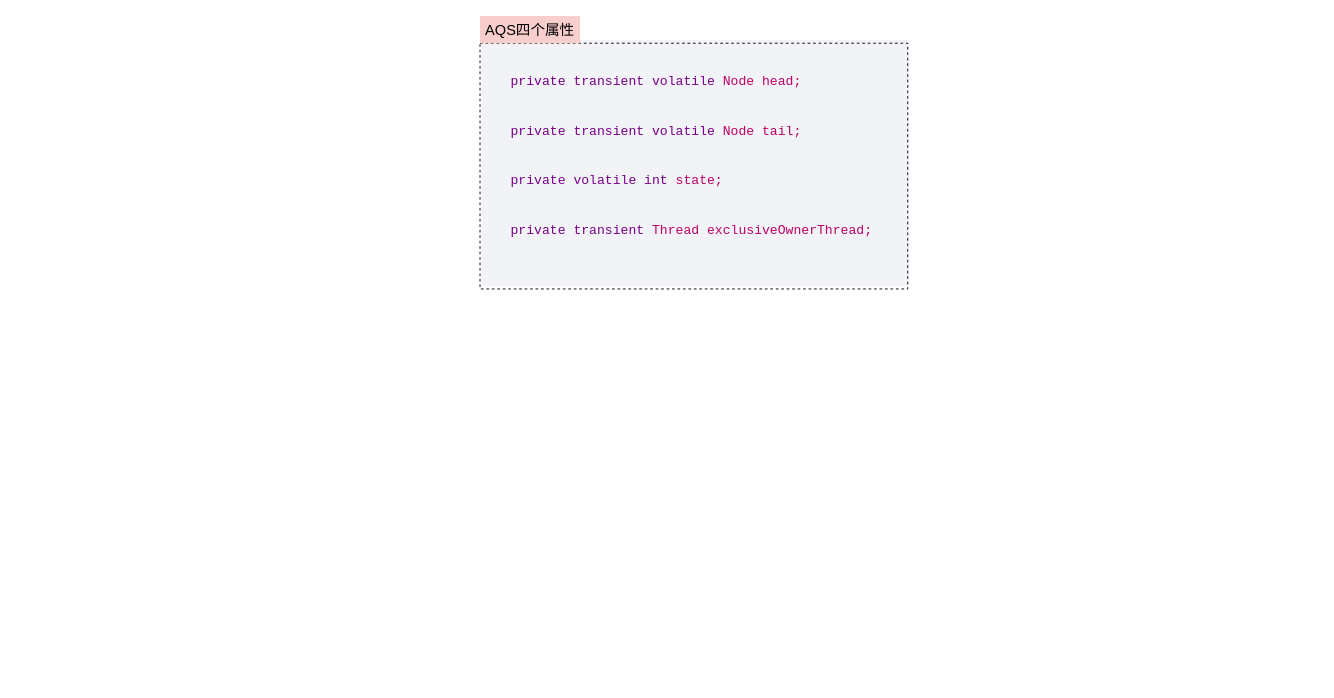
Earlier version of the draw.io diagram 流程画图/AQS.drawio (yuannp/workspace). Source tidied: cells renumbered, new cells numbered last; positions are measured from the earlier drawing's top-left corner, leaving out a move shared by most shapes. Both pictures are drawn from the tidied source at 91%, with x=0, y=0 at pixel (480, 15).
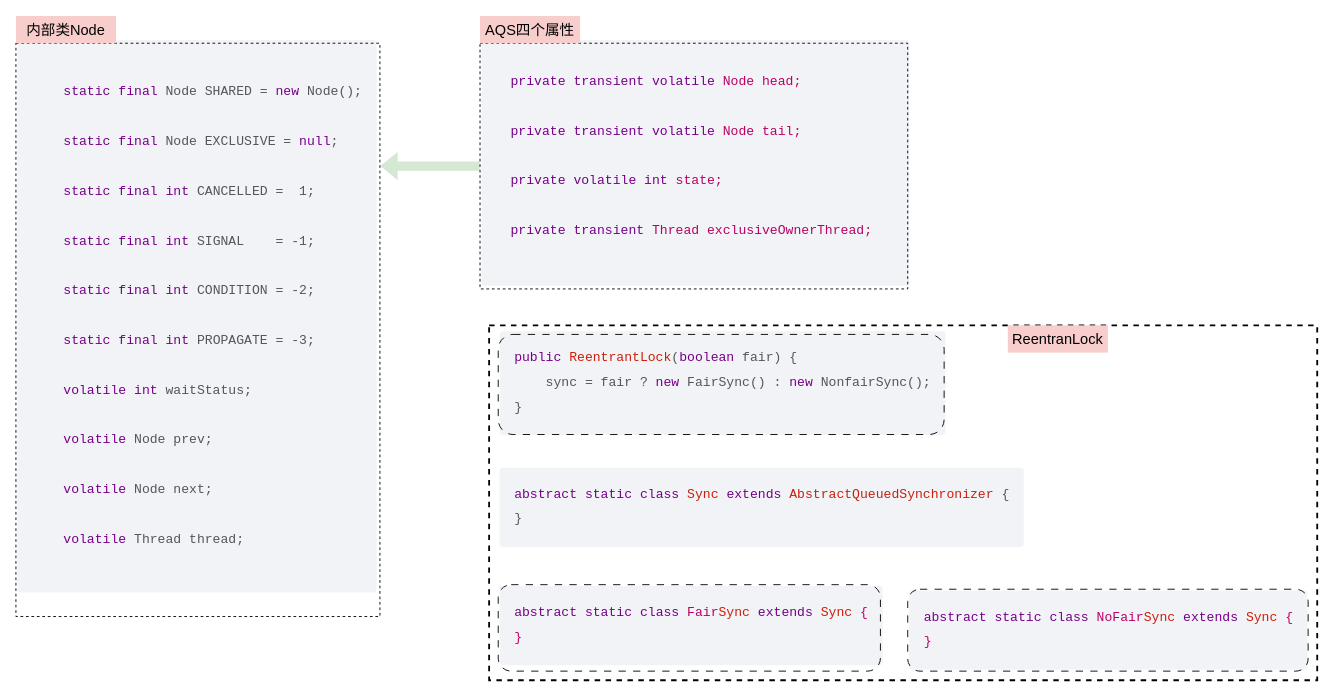
Above is the later version.

Change to the diagram source:
```diff
@@
 <mxGraphModel>
   <root>
     <mxCell id="0" />
     <mxCell id="1" parent="0" />
     <mxCell id="2" value="&lt;pre style=&quot;box-sizing: border-box; font-size: 0.9rem; font-family: SFMono-Regular, Consolas, &amp;quot;Liberation Mono&amp;quot;, Menlo, Courier, monospace; margin-top: 0px; margin-bottom: 1em; overflow: auto; border: none; border-radius: 4px; padding: 1rem; line-height: 1.9; background-color: rgb(241, 243, 247); font-style: normal; font-variant-ligatures: normal; font-variant-caps: normal; font-weight: 400; letter-spacing: normal; orphans: 2; text-align: start; text-indent: 0px; text-transform: none; widows: 2; word-spacing: 0px; -webkit-text-stroke-width: 0px; text-decoration-thickness: initial; text-decoration-style: initial; text-decoration-color: initial;&quot;&gt;&lt;pre style=&quot;box-sizing: border-box; font-size: 0.9rem; font-family: SFMono-Regular, Consolas, &amp;quot;Liberation Mono&amp;quot;, Menlo, Courier, monospace; margin-top: 0px; margin-bottom: 1em; overflow: auto; border: none; border-radius: 4px; padding: 1rem; line-height: 1.9;&quot;&gt;&lt;code style=&quot;box-sizing: border-box; font-size: 1em; font-family: Courier, Monaco, Consolas, &amp;quot;Liberation Mono&amp;quot;, monospace; overflow-x: auto; overflow-wrap: normal; border: none; border-radius: 3px;&quot; class=&quot;lang-java hljs&quot;&gt;&lt;span style=&quot;color: rgb(119, 0, 136); box-sizing: border-box;&quot; class=&quot;hljs-keyword&quot;&gt;private&lt;/span&gt;&lt;font color=&quot;rgba(0, 0, 0, 0.65)&quot;&gt; &lt;/font&gt;&lt;span style=&quot;color: rgb(119, 0, 136); box-sizing: border-box;&quot; class=&quot;hljs-keyword&quot;&gt;transient&lt;/span&gt;&lt;font color=&quot;rgba(0, 0, 0, 0.65)&quot;&gt; &lt;/font&gt;&lt;span style=&quot;color: rgb(119, 0, 136); box-sizing: border-box;&quot; class=&quot;hljs-keyword&quot;&gt;volatile&lt;/span&gt;&lt;font color=&quot;rgba(0, 0, 0, 0.65)&quot;&gt; Node head;&lt;br&gt;&lt;br&gt;&lt;/font&gt;&lt;span style=&quot;color: rgb(119, 0, 136); box-sizing: border-box;&quot; class=&quot;hljs-keyword&quot;&gt;private&lt;/span&gt;&lt;font color=&quot;rgba(0, 0, 0, 0.65)&quot;&gt; &lt;/font&gt;&lt;span style=&quot;color: rgb(119, 0, 136); box-sizing: border-box;&quot; class=&quot;hljs-keyword&quot;&gt;transient&lt;/span&gt;&lt;font color=&quot;rgba(0, 0, 0, 0.65)&quot;&gt; &lt;/font&gt;&lt;span style=&quot;color: rgb(119, 0, 136); box-sizing: border-box;&quot; class=&quot;hljs-keyword&quot;&gt;volatile&lt;/span&gt;&lt;font color=&quot;rgba(0, 0, 0, 0.65)&quot;&gt; Node tail;&lt;br&gt;&lt;/font&gt;&lt;font color=&quot;rgba(0, 0, 0, 0.65)&quot;&gt;&lt;br&gt;&lt;/font&gt;&lt;span style=&quot;color: rgb(119, 0, 136); box-sizing: border-box;&quot; class=&quot;hljs-keyword&quot;&gt;private&lt;/span&gt;&lt;font color=&quot;rgba(0, 0, 0, 0.65)&quot;&gt; &lt;/font&gt;&lt;span style=&quot;color: rgb(119, 0, 136); box-sizing: border-box;&quot; class=&quot;hljs-keyword&quot;&gt;volatile&lt;/span&gt;&lt;font color=&quot;rgba(0, 0, 0, 0.65)&quot;&gt; &lt;/font&gt;&lt;span style=&quot;color: rgb(119, 0, 136); box-sizing: border-box;&quot; class=&quot;hljs-keyword&quot;&gt;int&lt;/span&gt;&lt;font color=&quot;rgba(0, 0, 0, 0.65)&quot;&gt; state;&lt;br&gt;&lt;/font&gt;&lt;font color=&quot;rgba(0, 0, 0, 0.65)&quot;&gt;&lt;br&gt;&lt;/font&gt;&lt;span style=&quot;color: rgb(119, 0, 136); box-sizing: border-box;&quot; class=&quot;hljs-keyword&quot;&gt;private&lt;/span&gt;&lt;font color=&quot;rgba(0, 0, 0, 0.65)&quot;&gt; &lt;/font&gt;&lt;span style=&quot;color: rgb(119, 0, 136); box-sizing: border-box;&quot; class=&quot;hljs-keyword&quot;&gt;transient&lt;/span&gt;&lt;font color=&quot;rgba(0, 0, 0, 0.65)&quot;&gt; Thread exclusiveOwnerThread; &lt;/font&gt;&lt;/code&gt;&lt;/pre&gt;&lt;/pre&gt;" style="text;whiteSpace=wrap;html=1;" parent="1" vertex="1">
-      <mxGeometry y="20" width="560" height="480" as="geometry" />
+      <mxGeometry y="20" width="470" height="270" as="geometry" />
     </mxCell>
+    <mxCell id="5" style="edgeStyle=orthogonalEdgeStyle;rounded=0;jettySize=auto;html=1;endArrow=classic;endFill=1;shape=flexArrow;fillColor=#d5e8d4;strokeColor=none;" parent="1" edge="1" source="3" target="7">
+      <mxGeometry relative="1" as="geometry">
+        <Array as="points">
+          <mxPoint x="-80" y="165" />
+          <mxPoint x="-80" y="165" />
+        </Array>
+      </mxGeometry>
+    </mxCell>
     <mxCell id="3" style="rounded=0;whiteSpace=wrap;html=1;fillColor=none;dashed=1;" parent="1" vertex="1">
       <mxGeometry y="30" width="470" height="270" as="geometry" />
     </mxCell>
     <mxCell id="4" value="&lt;font style=&quot;font-size: 16px;&quot;&gt;AQS四个属性&lt;/font&gt;" style="text;html=1;strokeColor=none;fillColor=#f8cecc;align=center;verticalAlign=middle;whiteSpace=wrap;rounded=0;" parent="1" vertex="1">
       <mxGeometry width="110" height="30" as="geometry" />
     </mxCell>
+    <mxCell id="6" value="&lt;pre style=&quot;box-sizing: border-box; font-size: 0.9rem; font-family: SFMono-Regular, Consolas, &amp;quot;Liberation Mono&amp;quot;, Menlo, Courier, monospace; margin-top: 0px; margin-bottom: 1em; overflow: auto; border: none; border-radius: 4px; padding: 1rem; line-height: 1.9; background-color: rgb(241, 243, 247); color: rgba(0, 0, 0, 0.65); font-style: normal; font-variant-ligatures: normal; font-variant-caps: normal; font-weight: 400; letter-spacing: normal; orphans: 2; text-align: start; text-indent: 0px; text-transform: none; widows: 2; word-spacing: 0px; -webkit-text-stroke-width: 0px; text-decoration-thickness: initial; text-decoration-style: initial; text-decoration-color: initial;&quot;&gt;&lt;code class=&quot;lang-java hljs&quot; style=&quot;box-sizing: border-box; font-size: 1em; font-family: Courier, Monaco, Consolas, &amp;quot;Liberation Mono&amp;quot;, monospace; overflow-x: auto; overflow-wrap: normal; background-color: rgb(241, 243, 247); border: none; border-radius: 3px;&quot;&gt;&lt;br&gt;    &lt;span class=&quot;hljs-keyword&quot; style=&quot;box-sizing: border-box; color: rgb(119, 0, 136); font-weight: 400;&quot;&gt;static&lt;/span&gt; &lt;span class=&quot;hljs-keyword&quot; style=&quot;box-sizing: border-box; color: rgb(119, 0, 136); font-weight: 400;&quot;&gt;final&lt;/span&gt; Node SHARED = &lt;span class=&quot;hljs-keyword&quot; style=&quot;box-sizing: border-box; color: rgb(119, 0, 136); font-weight: 400;&quot;&gt;new&lt;/span&gt; Node();&lt;br&gt;    &lt;br&gt;    &lt;span class=&quot;hljs-keyword&quot; style=&quot;box-sizing: border-box; color: rgb(119, 0, 136); font-weight: 400;&quot;&gt;static&lt;/span&gt; &lt;span class=&quot;hljs-keyword&quot; style=&quot;box-sizing: border-box; color: rgb(119, 0, 136); font-weight: 400;&quot;&gt;final&lt;/span&gt; Node EXCLUSIVE = &lt;span class=&quot;hljs-keyword&quot; style=&quot;box-sizing: border-box; color: rgb(119, 0, 136); font-weight: 400;&quot;&gt;null&lt;/span&gt;;&lt;br&gt;&lt;br&gt;    &lt;span class=&quot;hljs-keyword&quot; style=&quot;box-sizing: border-box; color: rgb(119, 0, 136); font-weight: 400;&quot;&gt;static&lt;/span&gt; &lt;span class=&quot;hljs-keyword&quot; style=&quot;box-sizing: border-box; color: rgb(119, 0, 136); font-weight: 400;&quot;&gt;final&lt;/span&gt; &lt;span class=&quot;hljs-keyword&quot; style=&quot;box-sizing: border-box; color: rgb(119, 0, 136); font-weight: 400;&quot;&gt;int&lt;/span&gt; CANCELLED =  &lt;span class=&quot;hljs-number&quot; style=&quot;box-sizing: border-box;&quot;&gt;1&lt;/span&gt;;&lt;br&gt;&lt;br&gt;    &lt;span class=&quot;hljs-keyword&quot; style=&quot;box-sizing: border-box; color: rgb(119, 0, 136); font-weight: 400;&quot;&gt;static&lt;/span&gt; &lt;span class=&quot;hljs-keyword&quot; style=&quot;box-sizing: border-box; color: rgb(119, 0, 136); font-weight: 400;&quot;&gt;final&lt;/span&gt; &lt;span class=&quot;hljs-keyword&quot; style=&quot;box-sizing: border-box; color: rgb(119, 0, 136); font-weight: 400;&quot;&gt;int&lt;/span&gt; SIGNAL    = -&lt;span class=&quot;hljs-number&quot; style=&quot;box-sizing: border-box;&quot;&gt;1&lt;/span&gt;;&lt;br&gt;&lt;br&gt;    &lt;span class=&quot;hljs-keyword&quot; style=&quot;box-sizing: border-box; color: rgb(119, 0, 136); font-weight: 400;&quot;&gt;static&lt;/span&gt; &lt;span class=&quot;hljs-keyword&quot; style=&quot;box-sizing: border-box; color: rgb(119, 0, 136); font-weight: 400;&quot;&gt;final&lt;/span&gt; &lt;span class=&quot;hljs-keyword&quot; style=&quot;box-sizing: border-box; color: rgb(119, 0, 136); font-weight: 400;&quot;&gt;int&lt;/span&gt; CONDITION = -&lt;span class=&quot;hljs-number&quot; style=&quot;box-sizing: border-box;&quot;&gt;2&lt;/span&gt;;&lt;br&gt;&lt;br&gt;    &lt;span class=&quot;hljs-keyword&quot; style=&quot;box-sizing: border-box; color: rgb(119, 0, 136); font-weight: 400;&quot;&gt;static&lt;/span&gt; &lt;span class=&quot;hljs-keyword&quot; style=&quot;box-sizing: border-box; color: rgb(119, 0, 136); font-weight: 400;&quot;&gt;final&lt;/span&gt; &lt;span class=&quot;hljs-keyword&quot; style=&quot;box-sizing: border-box; color: rgb(119, 0, 136); font-weight: 400;&quot;&gt;int&lt;/span&gt; PROPAGATE = -&lt;span class=&quot;hljs-number&quot; style=&quot;box-sizing: border-box;&quot;&gt;3&lt;/span&gt;;&lt;br&gt;&lt;br&gt;    &lt;span class=&quot;hljs-keyword&quot; style=&quot;box-sizing: border-box; color: rgb(119, 0, 136); font-weight: 400;&quot;&gt;volatile&lt;/span&gt; &lt;span class=&quot;hljs-keyword&quot; style=&quot;box-sizing: border-box; color: rgb(119, 0, 136); font-weight: 400;&quot;&gt;int&lt;/span&gt; waitStatus;&lt;br&gt;&lt;br&gt;    &lt;span class=&quot;hljs-keyword&quot; style=&quot;box-sizing: border-box; color: rgb(119, 0, 136); font-weight: 400;&quot;&gt;volatile&lt;/span&gt; Node prev;&lt;br&gt;&lt;br&gt;    &lt;span class=&quot;hljs-keyword&quot; style=&quot;box-sizing: border-box; color: rgb(119, 0, 136); font-weight: 400;&quot;&gt;volatile&lt;/span&gt; Node next;&lt;br&gt;&lt;br&gt;    &lt;span class=&quot;hljs-keyword&quot; style=&quot;box-sizing: border-box; color: rgb(119, 0, 136); font-weight: 400;&quot;&gt;volatile&lt;/span&gt; Thread thread;&lt;br&gt;&lt;br&gt;&lt;/code&gt;&lt;/pre&gt;" style="text;whiteSpace=wrap;html=1;dashed=1;" parent="1" vertex="1">
+      <mxGeometry x="-510" y="20" width="400" height="640" as="geometry" />
+    </mxCell>
+    <mxCell id="7" style="rounded=0;whiteSpace=wrap;html=1;fillColor=none;dashed=1;" parent="1" vertex="1">
+      <mxGeometry x="-510" y="30" width="400" height="630" as="geometry" />
+    </mxCell>
+    <mxCell id="8" value="&lt;span style=&quot;font-size: 16px;&quot;&gt;内部类Node&lt;/span&gt;" style="text;html=1;strokeColor=none;fillColor=#f8cecc;align=center;verticalAlign=middle;whiteSpace=wrap;rounded=0;" parent="1" vertex="1">
+      <mxGeometry x="-510" width="110" height="30" as="geometry" />
+    </mxCell>
+    <mxCell id="9" value="&lt;pre style=&quot;box-sizing: border-box; font-size: 0.9rem; font-family: SFMono-Regular, Consolas, &amp;quot;Liberation Mono&amp;quot;, Menlo, Courier, monospace; margin-top: 0px; margin-bottom: 1em; overflow: auto; border: none; border-radius: 4px; padding: 1rem; line-height: 1.9; background-color: rgb(241, 243, 247); color: rgba(0, 0, 0, 0.65); font-style: normal; font-variant-ligatures: normal; font-variant-caps: normal; font-weight: 400; letter-spacing: normal; orphans: 2; text-align: start; text-indent: 0px; text-transform: none; widows: 2; word-spacing: 0px; -webkit-text-stroke-width: 0px; text-decoration-thickness: initial; text-decoration-style: initial; text-decoration-color: initial;&quot;&gt;&lt;code class=&quot;lang-java hljs&quot; style=&quot;box-sizing: border-box; font-size: 1em; font-family: Courier, Monaco, Consolas, &amp;quot;Liberation Mono&amp;quot;, monospace; overflow-x: auto; overflow-wrap: normal; background-color: rgb(241, 243, 247); border: none; border-radius: 3px;&quot;&gt;&lt;span class=&quot;hljs-keyword&quot; style=&quot;box-sizing: border-box; color: rgb(119, 0, 136); font-weight: 400;&quot;&gt;abstract&lt;/span&gt; &lt;span class=&quot;hljs-keyword&quot; style=&quot;box-sizing: border-box; color: rgb(119, 0, 136); font-weight: 400;&quot;&gt;static&lt;/span&gt; &lt;span class=&quot;hljs-class&quot; style=&quot;box-sizing: border-box;&quot;&gt;&lt;span class=&quot;hljs-keyword&quot; style=&quot;box-sizing: border-box; color: rgb(119, 0, 136); font-weight: 400;&quot;&gt;class&lt;/span&gt; &lt;span class=&quot;hljs-title&quot; style=&quot;box-sizing: border-box; font-weight: 500; color: rgb(202, 33, 11);&quot;&gt;Sync&lt;/span&gt; &lt;span class=&quot;hljs-keyword&quot; style=&quot;box-sizing: border-box; color: rgb(119, 0, 136); font-weight: 400;&quot;&gt;extends&lt;/span&gt; &lt;span class=&quot;hljs-title&quot; style=&quot;box-sizing: border-box; font-weight: 500; color: rgb(202, 33, 11);&quot;&gt;AbstractQueuedSynchronizer&lt;/span&gt; &lt;/span&gt;{&#10;}&lt;/code&gt;&lt;/pre&gt;" style="text;whiteSpace=wrap;html=1;" parent="1" vertex="1">
+      <mxGeometry x="20" y="490" width="580" height="100" as="geometry" />
+    </mxCell>
+    <mxCell id="10" value="&lt;pre style=&quot;box-sizing: border-box; font-size: 0.9rem; font-family: SFMono-Regular, Consolas, &amp;quot;Liberation Mono&amp;quot;, Menlo, Courier, monospace; margin-top: 0px; margin-bottom: 1em; overflow: auto; border: none; border-radius: 4px; padding: 1rem; line-height: 1.9; background-color: rgb(241, 243, 247); color: rgba(0, 0, 0, 0.65); font-style: normal; font-variant-ligatures: normal; font-variant-caps: normal; font-weight: 400; letter-spacing: normal; orphans: 2; text-align: start; text-indent: 0px; text-transform: none; widows: 2; word-spacing: 0px; -webkit-text-stroke-width: 0px; text-decoration-thickness: initial; text-decoration-style: initial; text-decoration-color: initial;&quot;&gt;&lt;code class=&quot;lang-java hljs&quot; style=&quot;box-sizing: border-box; font-size: 1em; font-family: Courier, Monaco, Consolas, &amp;quot;Liberation Mono&amp;quot;, monospace; overflow-x: auto; overflow-wrap: normal; background-color: rgb(241, 243, 247); border: none; border-radius: 3px;&quot;&gt;&lt;span class=&quot;hljs-function&quot; style=&quot;box-sizing: border-box;&quot;&gt;&lt;span class=&quot;hljs-keyword&quot; style=&quot;box-sizing: border-box; color: rgb(119, 0, 136); font-weight: 400;&quot;&gt;public&lt;/span&gt; &lt;span class=&quot;hljs-title&quot; style=&quot;box-sizing: border-box; font-weight: 500; color: rgb(202, 33, 11);&quot;&gt;ReentrantLock&lt;/span&gt;&lt;span class=&quot;hljs-params&quot; style=&quot;box-sizing: border-box;&quot;&gt;(&lt;span class=&quot;hljs-keyword&quot; style=&quot;box-sizing: border-box; color: rgb(119, 0, 136); font-weight: 400;&quot;&gt;boolean&lt;/span&gt; fair)&lt;/span&gt; &lt;/span&gt;{&#10;    sync = fair ? &lt;span class=&quot;hljs-keyword&quot; style=&quot;box-sizing: border-box; color: rgb(119, 0, 136); font-weight: 400;&quot;&gt;new&lt;/span&gt; FairSync() : &lt;span class=&quot;hljs-keyword&quot; style=&quot;box-sizing: border-box; color: rgb(119, 0, 136); font-weight: 400;&quot;&gt;new&lt;/span&gt; NonfairSync();&#10;}&lt;/code&gt;&lt;/pre&gt;" style="text;whiteSpace=wrap;html=1;" parent="1" vertex="1">
+      <mxGeometry x="20" y="340" width="490" height="110" as="geometry" />
+    </mxCell>
+    <mxCell id="11" value="&lt;pre style=&quot;box-sizing: border-box; font-size: 0.9rem; font-family: SFMono-Regular, Consolas, &amp;quot;Liberation Mono&amp;quot;, Menlo, Courier, monospace; margin-top: 0px; margin-bottom: 1em; overflow: auto; border: none; border-radius: 4px; padding: 1rem; line-height: 1.9; background-color: rgb(241, 243, 247); font-style: normal; font-variant-ligatures: normal; font-variant-caps: normal; letter-spacing: normal; orphans: 2; text-align: start; text-indent: 0px; text-transform: none; widows: 2; word-spacing: 0px; -webkit-text-stroke-width: 0px; text-decoration-thickness: initial; text-decoration-style: initial; text-decoration-color: initial;&quot;&gt;&lt;code class=&quot;lang-java hljs&quot; style=&quot;box-sizing: border-box; font-size: 1em; font-family: Courier, Monaco, Consolas, &amp;quot;Liberation Mono&amp;quot;, monospace; overflow-x: auto; overflow-wrap: normal; background-color: rgb(241, 243, 247); border: none; border-radius: 3px;&quot;&gt;&lt;span class=&quot;hljs-keyword&quot; style=&quot;color: rgb(119, 0, 136); font-weight: 400; box-sizing: border-box;&quot;&gt;abstract&lt;/span&gt;&lt;font color=&quot;rgba(0, 0, 0, 0.65)&quot;&gt; &lt;/font&gt;&lt;span class=&quot;hljs-keyword&quot; style=&quot;color: rgb(119, 0, 136); font-weight: 400; box-sizing: border-box;&quot;&gt;static&lt;/span&gt;&lt;font color=&quot;rgba(0, 0, 0, 0.65)&quot;&gt; &lt;/font&gt;&lt;span class=&quot;hljs-class&quot; style=&quot;box-sizing: border-box;&quot;&gt;&lt;span class=&quot;hljs-keyword&quot; style=&quot;color: rgb(119, 0, 136); font-weight: 400; box-sizing: border-box;&quot;&gt;class&lt;/span&gt;&lt;font color=&quot;rgba(0, 0, 0, 0.65)&quot;&gt; Fair&lt;/font&gt;&lt;span class=&quot;hljs-title&quot; style=&quot;color: rgb(202, 33, 11); font-weight: 500; box-sizing: border-box;&quot;&gt;Sync&lt;/span&gt;&lt;font color=&quot;rgba(0, 0, 0, 0.65)&quot;&gt; &lt;/font&gt;&lt;span class=&quot;hljs-keyword&quot; style=&quot;color: rgb(119, 0, 136); font-weight: 400; box-sizing: border-box;&quot;&gt;extends&lt;/span&gt;&lt;font color=&quot;rgba(0, 0, 0, 0.65)&quot;&gt; &lt;/font&gt;&lt;font color=&quot;#ca210b&quot;&gt;Sync &lt;/font&gt;&lt;/span&gt;&lt;font color=&quot;rgba(0, 0, 0, 0.65)&quot;&gt;{&lt;br&gt;}&lt;/font&gt;&lt;/code&gt;&lt;/pre&gt;" style="text;whiteSpace=wrap;html=1;" parent="1" vertex="1">
+      <mxGeometry x="20" y="620" width="420" height="100" as="geometry" />
+    </mxCell>
+    <mxCell id="12" value="&lt;pre style=&quot;border: none; color: rgb(0, 0, 0); font-style: normal; font-variant-ligatures: normal; font-variant-caps: normal; font-weight: 400; letter-spacing: normal; orphans: 2; text-indent: 0px; text-transform: none; widows: 2; word-spacing: 0px; -webkit-text-stroke-width: 0px; text-decoration-thickness: initial; text-decoration-style: initial; text-decoration-color: initial; box-sizing: border-box; font-size: 0.9rem; font-family: SFMono-Regular, Consolas, &amp;quot;Liberation Mono&amp;quot;, Menlo, Courier, monospace; margin-top: 0px; margin-bottom: 1em; overflow: auto; border-radius: 4px; padding: 1rem; line-height: 1.9; background-color: rgb(241, 243, 247); text-align: start;&quot;&gt;&lt;code class=&quot;lang-java hljs&quot; style=&quot;border: none; box-sizing: border-box; font-size: 1em; font-family: Courier, Monaco, Consolas, &amp;quot;Liberation Mono&amp;quot;, monospace; overflow-x: auto; overflow-wrap: normal; background-color: rgb(241, 243, 247); border-radius: 3px;&quot;&gt;&lt;span class=&quot;hljs-keyword&quot; style=&quot;border-color: var(--border-color); color: rgb(119, 0, 136); font-weight: 400; box-sizing: border-box;&quot;&gt;abstract&lt;/span&gt;&lt;font color=&quot;rgba(0, 0, 0, 0.65)&quot; style=&quot;border-color: var(--border-color);&quot;&gt; &lt;/font&gt;&lt;span class=&quot;hljs-keyword&quot; style=&quot;border-color: var(--border-color); color: rgb(119, 0, 136); font-weight: 400; box-sizing: border-box;&quot;&gt;static&lt;/span&gt;&lt;font color=&quot;rgba(0, 0, 0, 0.65)&quot; style=&quot;border-color: var(--border-color);&quot;&gt; &lt;/font&gt;&lt;span class=&quot;hljs-class&quot; style=&quot;border-color: var(--border-color); box-sizing: border-box;&quot;&gt;&lt;span class=&quot;hljs-keyword&quot; style=&quot;border-color: var(--border-color); color: rgb(119, 0, 136); font-weight: 400; box-sizing: border-box;&quot;&gt;class&lt;/span&gt;&lt;font color=&quot;rgba(0, 0, 0, 0.65)&quot; style=&quot;border-color: var(--border-color);&quot;&gt; NoFair&lt;/font&gt;&lt;span class=&quot;hljs-title&quot; style=&quot;border-color: var(--border-color); color: rgb(202, 33, 11); font-weight: 500; box-sizing: border-box;&quot;&gt;Sync&lt;/span&gt;&lt;font color=&quot;rgba(0, 0, 0, 0.65)&quot; style=&quot;border-color: var(--border-color);&quot;&gt; &lt;/font&gt;&lt;span class=&quot;hljs-keyword&quot; style=&quot;border-color: var(--border-color); color: rgb(119, 0, 136); font-weight: 400; box-sizing: border-box;&quot;&gt;extends&lt;/span&gt;&lt;font color=&quot;rgba(0, 0, 0, 0.65)&quot; style=&quot;border-color: var(--border-color);&quot;&gt; &lt;/font&gt;&lt;font color=&quot;#ca210b&quot; style=&quot;border-color: var(--border-color);&quot;&gt;Sync &lt;/font&gt;&lt;/span&gt;&lt;font color=&quot;rgba(0, 0, 0, 0.65)&quot; style=&quot;border-color: var(--border-color);&quot;&gt;{&lt;br style=&quot;border-color: var(--border-color);&quot;&gt;}&lt;/font&gt;&lt;/code&gt;&lt;/pre&gt;" style="text;whiteSpace=wrap;html=1;" parent="1" vertex="1">
+      <mxGeometry x="470" y="625" width="440" height="95" as="geometry" />
+    </mxCell>
+    <mxCell id="13" style="rounded=0;whiteSpace=wrap;html=1;fillColor=none;strokeColor=#000000;dashed=1;shadow=0;glass=0;strokeWidth=2;" parent="1" vertex="1">
+      <mxGeometry x="10" y="340" width="910" height="390" as="geometry" />
+    </mxCell>
+    <mxCell id="14" style="rounded=1;whiteSpace=wrap;html=1;fillColor=none;dashed=1;dashPattern=8 8;" parent="1" vertex="1">
+      <mxGeometry x="20" y="350" width="490" height="110" as="geometry" />
+    </mxCell>
+    <mxCell id="15" style="rounded=1;whiteSpace=wrap;html=1;dashed=1;dashPattern=8 8;fillColor=none;" parent="1" vertex="1">
+      <mxGeometry x="20" y="625" width="420" height="95" as="geometry" />
+    </mxCell>
+    <mxCell id="16" style="rounded=1;whiteSpace=wrap;html=1;dashed=1;dashPattern=8 8;fillColor=none;" parent="1" vertex="1">
+      <mxGeometry x="470" y="630" width="440" height="90" as="geometry" />
+    </mxCell>
+    <mxCell id="17" value="&lt;span style=&quot;font-size: 16px;&quot;&gt;ReentranLock&lt;/span&gt;" style="text;html=1;strokeColor=none;fillColor=#f8cecc;align=center;verticalAlign=middle;whiteSpace=wrap;rounded=0;" parent="1" vertex="1">
+      <mxGeometry x="580" y="340" width="110" height="30" as="geometry" />
+    </mxCell>
   </root>
 </mxGraphModel>
```
